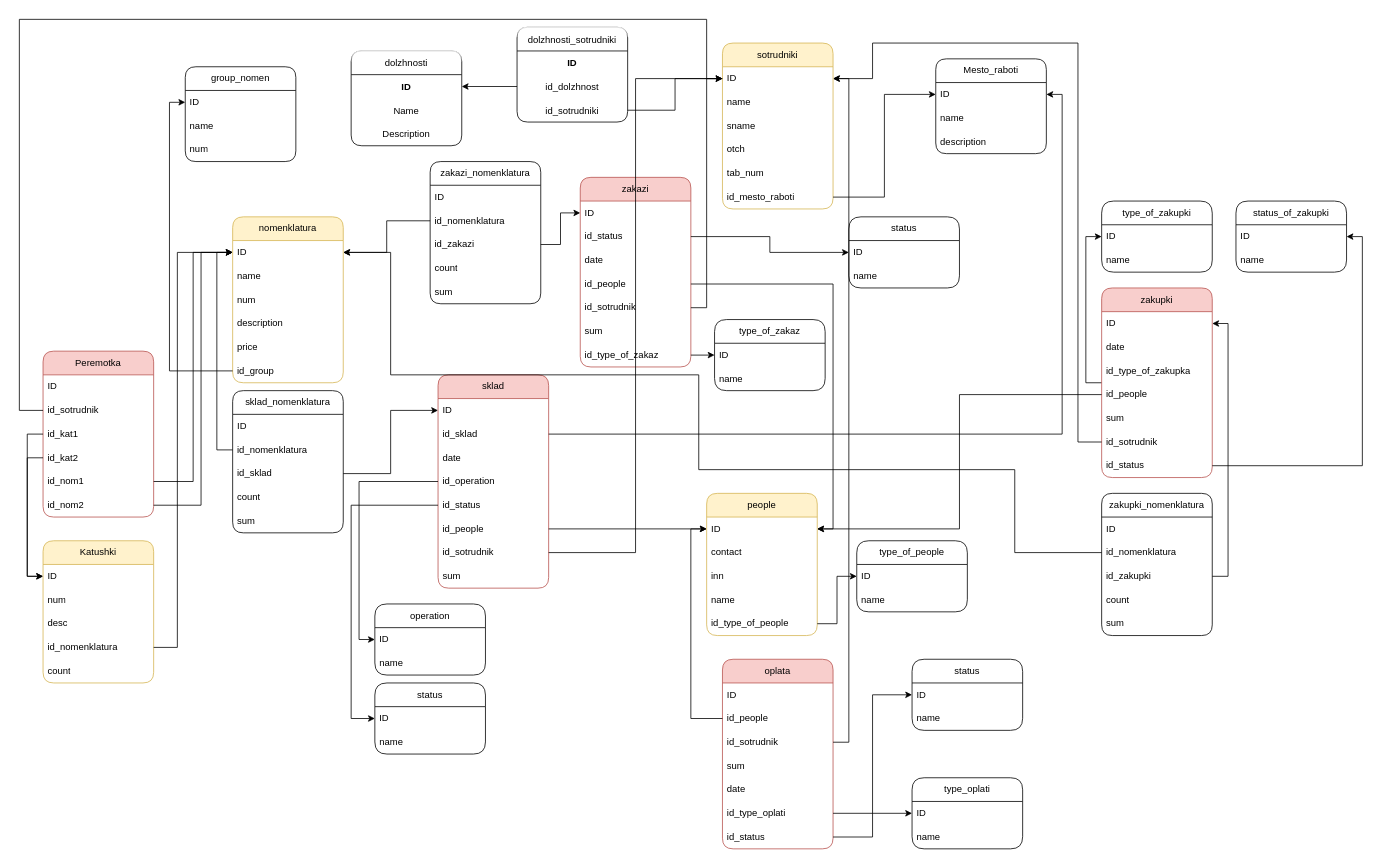
OGdanik/db_diagrams keeps this draw.io diagram as АРМы.drawio. Above is the earlier version. Source tidied: cells renumbered, new cells numbered last; positions are measured from the earlier drawing's top-left corner, leaving out a move shared by most shapes. Both pictures are drawn from the tidied source at 79%, with x=0, y=0 at pixel (19, 19).
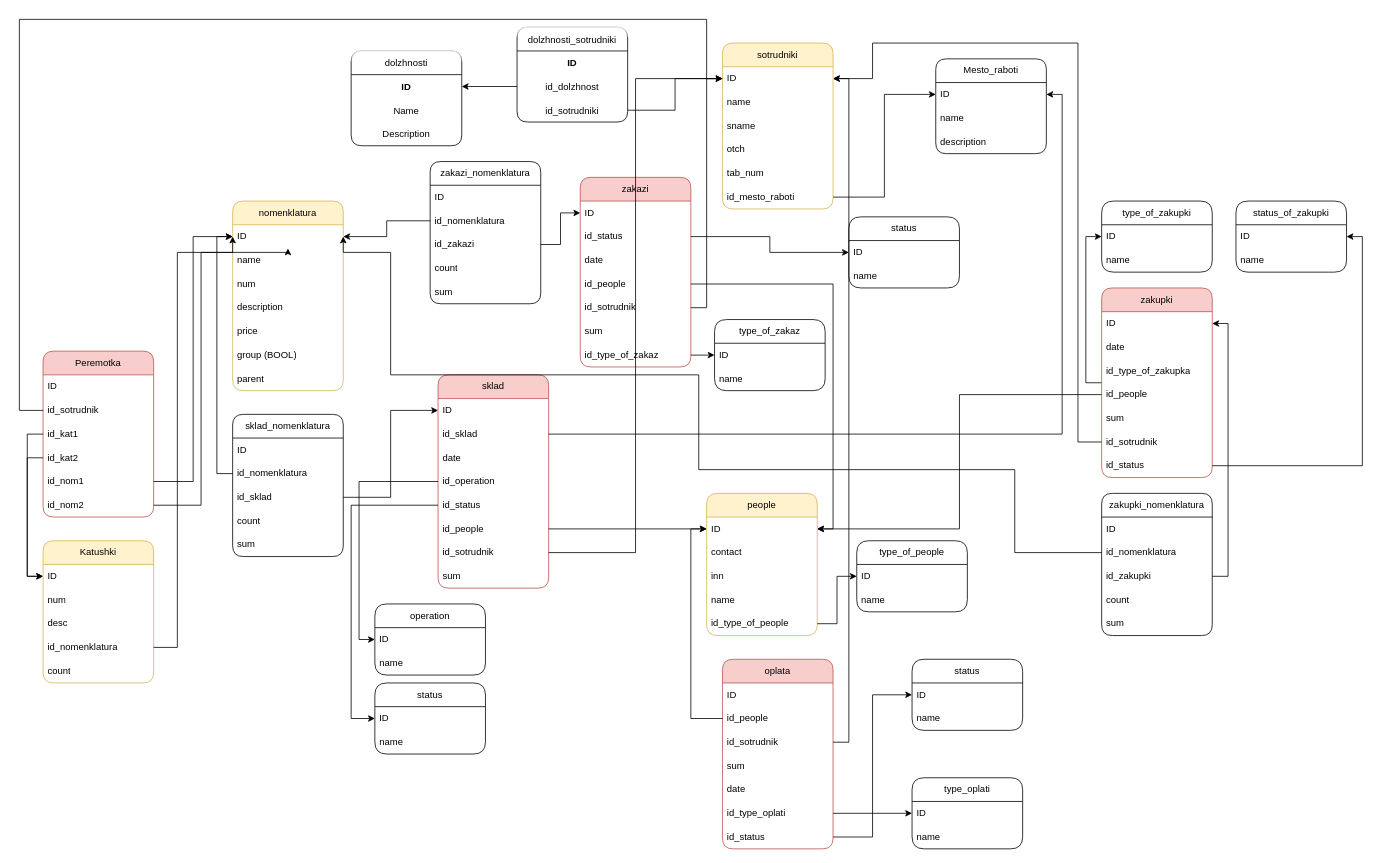
After the change.

What changed in the source:
```diff
@@
     <mxCell id="30" value="nomenklatura" style="swimlane;fontStyle=0;horizontal=1;startSize=30;whiteSpace=wrap;html=1;fillStyle=auto;shadow=0;glass=0;rounded=1;fillColor=#fff2cc;strokeColor=#d6b656;" parent="1" vertex="1">
-      <mxGeometry x="270" y="250" width="140" height="210" as="geometry" />
+      <mxGeometry x="270" y="230" width="140" height="240" as="geometry" />
     </mxCell>
@@
-    <mxCell id="36" value="id_group" style="text;strokeColor=none;fillColor=none;align=left;verticalAlign=middle;spacingLeft=4;spacingRight=4;overflow=hidden;points=[[0,0.5],[1,0.5]];portConstraint=eastwest;whiteSpace=wrap;html=1;" parent="30" vertex="1">
+    <mxCell id="36" value="group (BOOL)" style="text;strokeColor=none;fillColor=none;align=left;verticalAlign=middle;spacingLeft=4;spacingRight=4;overflow=hidden;points=[[0,0.5],[1,0.5]];portConstraint=eastwest;whiteSpace=wrap;html=1;" parent="30" vertex="1">
       <mxGeometry y="180" width="140" height="30" as="geometry" />
     </mxCell>
+    <mxCell id="163" value="parent" style="text;strokeColor=none;fillColor=none;align=left;verticalAlign=middle;spacingLeft=4;spacingRight=4;overflow=hidden;whiteSpace=wrap;html=1;" parent="30" vertex="1">
+      <mxGeometry y="210" width="140" height="30" as="geometry" />
+    </mxCell>
@@
     <mxCell id="50" value="sklad_nomenklatura" style="swimlane;fontStyle=0;horizontal=1;startSize=30;whiteSpace=wrap;html=1;fillStyle=auto;shadow=0;glass=0;rounded=1;" parent="1" vertex="1">
-      <mxGeometry x="270" y="470" width="140" height="180" as="geometry" />
+      <mxGeometry x="270" y="500" width="140" height="180" as="geometry" />
     </mxCell>
@@
-    <mxCell id="132" value="group_nomen" style="swimlane;fontStyle=0;horizontal=1;startSize=30;whiteSpace=wrap;html=1;fillStyle=auto;shadow=0;glass=0;rounded=1;" parent="1" vertex="1">
-      <mxGeometry x="210" y="60" width="140" height="120" as="geometry" />
-    </mxCell>
-    <mxCell id="133" value="ID" style="text;strokeColor=none;fillColor=none;align=left;verticalAlign=middle;spacingLeft=4;spacingRight=4;overflow=hidden;points=[[0,0.5],[1,0.5]];portConstraint=eastwest;whiteSpace=wrap;html=1;" parent="132" vertex="1">
-      <mxGeometry y="30" width="140" height="30" as="geometry" />
-    </mxCell>
-    <mxCell id="134" value="name" style="text;strokeColor=none;fillColor=none;align=left;verticalAlign=middle;spacingLeft=4;spacingRight=4;overflow=hidden;whiteSpace=wrap;html=1;" parent="132" vertex="1">
-      <mxGeometry y="60" width="140" height="30" as="geometry" />
-    </mxCell>
-    <mxCell id="135" value="num" style="text;strokeColor=none;fillColor=none;align=left;verticalAlign=middle;spacingLeft=4;spacingRight=4;overflow=hidden;whiteSpace=wrap;html=1;" parent="132" vertex="1">
-      <mxGeometry y="90" width="140" height="30" as="geometry" />
-    </mxCell>
-    <mxCell id="136" style="edgeStyle=orthogonalEdgeStyle;rounded=0;jettySize=auto;html=1;exitX=0;exitY=0.5;exitDx=0;exitDy=0;entryX=0;entryY=0.5;entryDx=0;entryDy=0;" parent="1" edge="1" source="36" target="133">
-      <mxGeometry relative="1" as="geometry" />
-    </mxCell>
```
